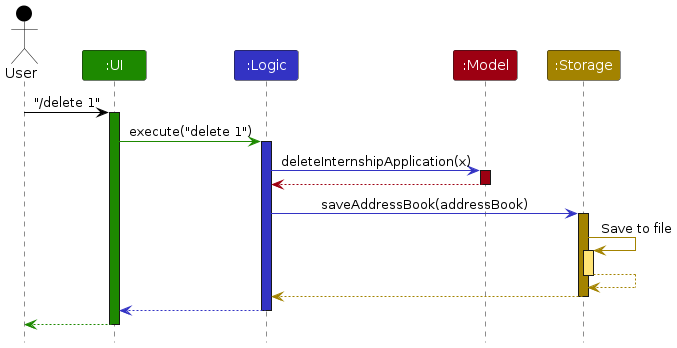
Earlier version of the PlantUML export diagrams/ArchitectureSequenceDiagram.png (woke02/tp). Its source is kept beside it as diagrams/ArchitectureSequenceDiagram.puml.
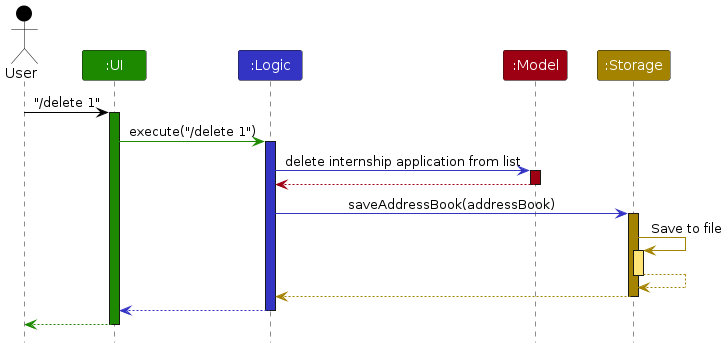
The same file after the commit.

Diff of the diagram source:
```diff
@@ -11,10 +11,10 @@
 user -[USER_COLOR]> ui : "/delete 1"
 activate ui UI_COLOR
 
-ui -[UI_COLOR]> logic : execute("delete 1")
+ui -[UI_COLOR]> logic : execute("/delete 1")
 activate logic LOGIC_COLOR
 
-logic -[LOGIC_COLOR]> model : deleteInternshipApplication(x)
+logic -[LOGIC_COLOR]> model : delete internship application from list
 activate model MODEL_COLOR
 
 model -[MODEL_COLOR]-> logic
```
